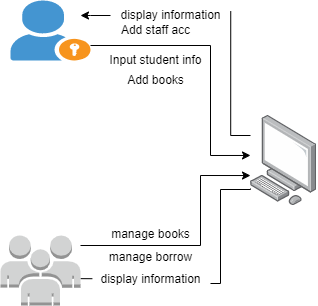
This is operational_f.png from Jayrou12345/Flowchart, a draw.io export, as it was before one commit. Source tidied: cells renumbered, new cells last; positions are measured from the earlier drawing's top-left corner, leaving out a move shared by most shapes.
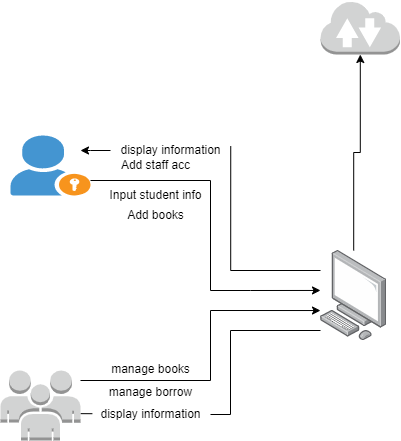
The same diagram one commit later.

Change to the diagram source:
```diff
@@ -18,8 +18,8 @@
       <mxGeometry relative="1" as="geometry">
         <mxPoint x="80" y="245" as="sourcePoint" />
         <Array as="points">
-          <mxPoint x="200" y="245" />
-          <mxPoint x="200" y="175" />
+          <mxPoint x="210" y="245" />
+          <mxPoint x="210" y="175" />
         </Array>
       </mxGeometry>
     </mxCell>
@@ -36,8 +36,11 @@
         <mxPoint x="80" y="15" as="targetPoint" />
       </mxGeometry>
     </mxCell>
+    <mxCell id="18" style="edgeStyle=orthogonalEdgeStyle;rounded=0;jettySize=auto;html=1;" parent="1" edge="1" source="8" target="20">
+      <mxGeometry relative="1" as="geometry" />
+    </mxCell>
     <mxCell id="8" style="image;points=[];html=1;align=center;shadow=0;dashed=0;image=img/lib/allied_telesis/computer_and_terminals/Personal_Computer.svg;backgroundOutline=0;" parent="1" vertex="1">
-      <mxGeometry x="250" y="115" width="66.4" height="90" as="geometry" />
+      <mxGeometry x="320" y="115" width="66.4" height="90" as="geometry" />
     </mxCell>
     <mxCell id="9" value="Add staff acc" style="text;html=1;align=center;verticalAlign=middle;strokeColor=none;fillColor=none;" parent="1" vertex="1">
       <mxGeometry x="110" y="15" width="90" height="30" as="geometry" />
@@ -64,17 +67,19 @@
     <mxCell id="15" value="display information" style="text;html=1;align=center;verticalAlign=middle;points=[];strokeColor=none;fillColor=none;" parent="1" vertex="1">
       <mxGeometry x="110" width="120" height="30" as="geometry" />
     </mxCell>
-    <mxCell id="16" style="edgeStyle=orthogonalEdgeStyle;rounded=0;jettySize=auto;html=1;endArrow=none;endFill=0;" parent="1" edge="1" target="17">
-      <mxGeometry relative="1" as="geometry">
-        <mxPoint x="250" y="188" as="sourcePoint" />
-        <Array as="points">
-          <mxPoint x="220" y="189" />
-          <mxPoint x="220" y="283" />
-        </Array>
-      </mxGeometry>
-    </mxCell>
+    <mxCell id="19" style="edgeStyle=orthogonalEdgeStyle;rounded=0;jettySize=auto;html=1;endArrow=none;endFill=0;" parent="1" edge="1" source="17" target="8">
+      <mxGeometry relative="1" as="geometry">
+        <Array as="points">
+          <mxPoint x="230" y="279" />
+          <mxPoint x="230" y="195" />
+        </Array>
+      </mxGeometry>
+    </mxCell>
     <mxCell id="17" value="display information" style="text;html=1;align=center;verticalAlign=middle;points=[];strokeColor=none;fillColor=none;" parent="1" vertex="1">
       <mxGeometry x="90" y="264" width="120" height="30" as="geometry" />
     </mxCell>
+    <mxCell id="20" style="outlineConnect=0;dashed=0;verticalLabelPosition=bottom;verticalAlign=top;align=center;html=1;shape=mxgraph.aws3.internet_2;fillColor=#D2D3D3;gradientColor=none;" parent="1" vertex="1">
+      <mxGeometry x="320" y="-135" width="79.5" height="54" as="geometry" />
+    </mxCell>
   </root>
 </mxGraphModel>
```
